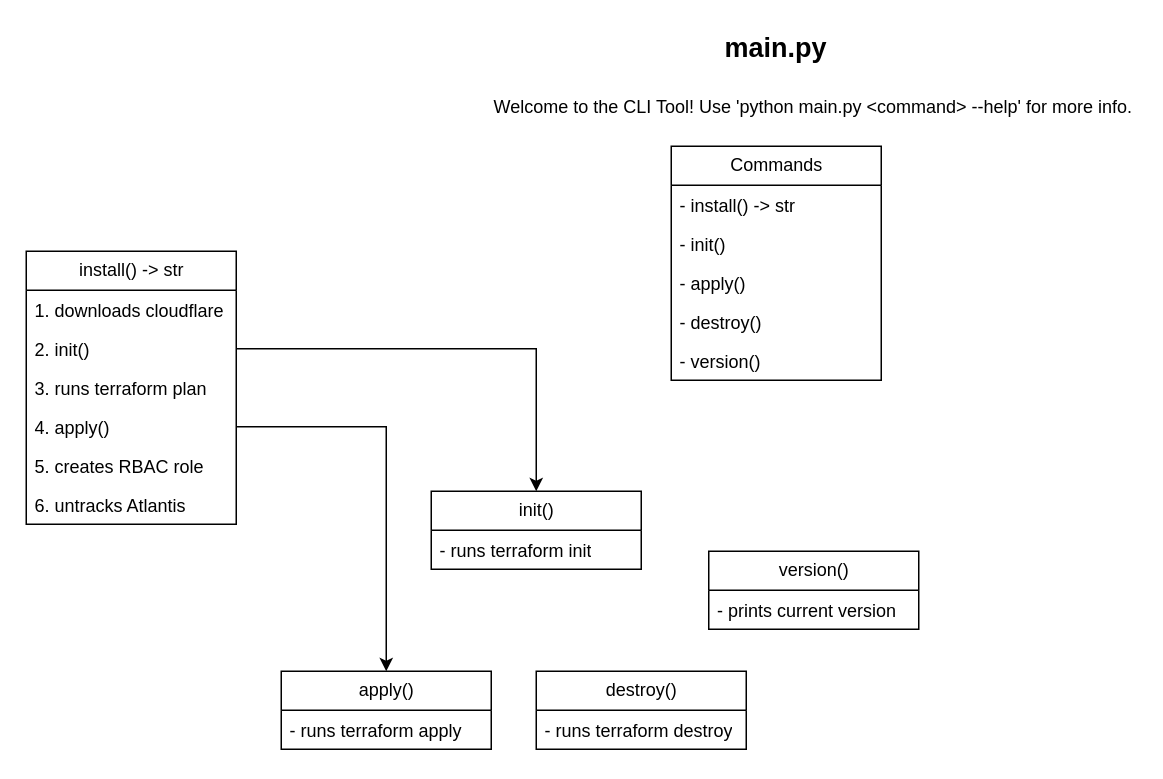
blackopslab/tf-atlantis-elk keeps this draw.io diagram as page "CLI Tool" (2 of 2) of assets/cluster.drawio. Above is the earlier version. Source tidied: cells renumbered, new cells numbered last; positions are measured from the earlier drawing's top-left corner, leaving out a move shared by most shapes. Both pictures are drawn from the tidied source at 150%, with x=0, y=0 at pixel (26, 26).
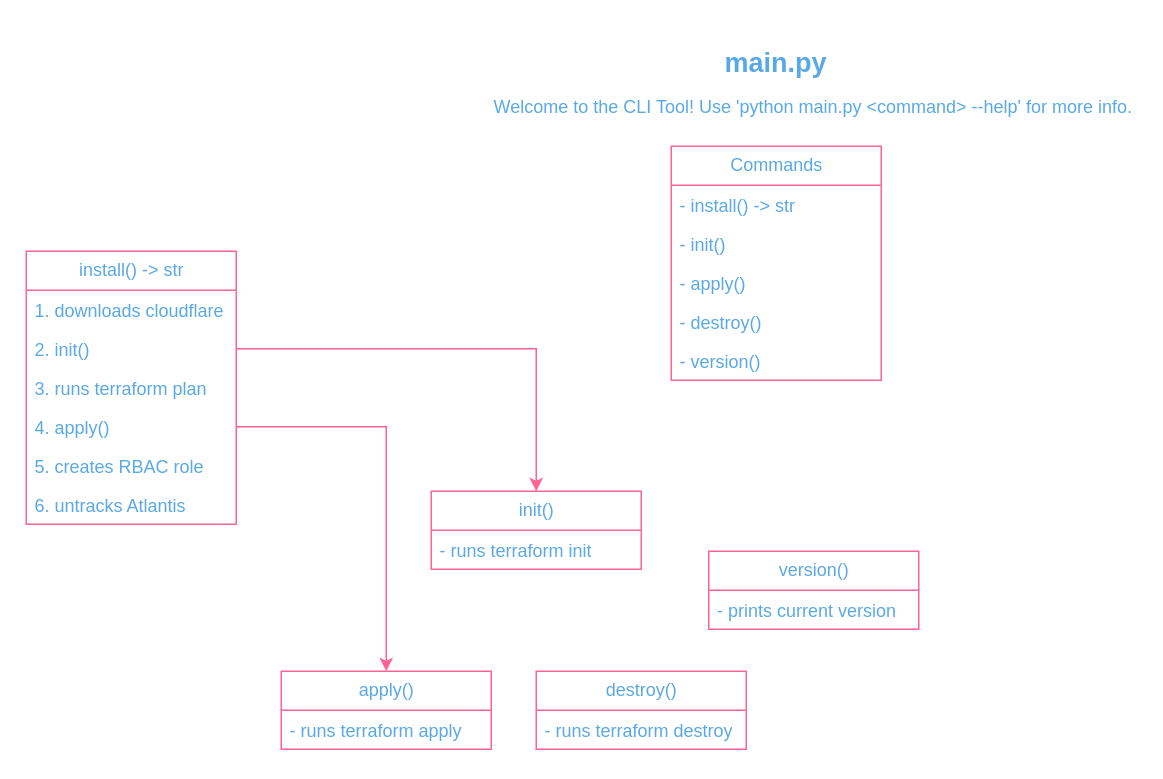
Above is the later version.

Change to the diagram source:
```diff
@@
-    <mxCell id="2" value="Welcome &lt;span class=&quot;hljs-keyword&quot;&gt;to&lt;/span&gt; the CLI Tool&lt;span class=&quot;hljs-operator&quot;&gt;!&amp;nbsp;&lt;/span&gt;Use &lt;span class=&quot;hljs-string&quot;&gt;'python main.py &amp;lt;command&amp;gt;&amp;nbsp;--help'&lt;/span&gt; &lt;span class=&quot;hljs-keyword&quot;&gt;for&lt;/span&gt; more info." style="text;whiteSpace=wrap;html=1;" parent="1" vertex="1">
+    <mxCell id="2" value="Welcome &lt;span class=&quot;hljs-keyword&quot;&gt;to&lt;/span&gt; the CLI Tool&lt;span class=&quot;hljs-operator&quot;&gt;!&amp;nbsp;&lt;/span&gt;Use &lt;span class=&quot;hljs-string&quot;&gt;'python main.py &amp;lt;command&amp;gt;&amp;nbsp;--help'&lt;/span&gt; &lt;span class=&quot;hljs-keyword&quot;&gt;for&lt;/span&gt; more info." style="text;whiteSpace=wrap;html=1;labelBackgroundColor=none;fontColor=#5AA9E6;" parent="1" vertex="1">
       <mxGeometry x="310" y="40" width="430" height="30" as="geometry" />
     </mxCell>
-    <mxCell id="3" style="group;" parent="1" vertex="1">
+    <mxCell id="3" style="group;labelBackgroundColor=none;fontColor=#5AA9E6;" parent="1" vertex="1">
       <mxGeometry x="430" y="80" width="140" height="156" as="geometry" />
     </mxCell>
-    <mxCell id="4" value="Commands" style="swimlane;fontStyle=0;horizontal=1;startSize=26;fillColor=none;html=1;" parent="3" vertex="1">
+    <mxCell id="4" value="Commands" style="swimlane;fontStyle=0;horizontal=1;startSize=26;fillColor=none;html=1;labelBackgroundColor=none;strokeColor=#FF6392;fontColor=#5AA9E6;" parent="3" vertex="1">
       <mxGeometry width="140" height="156" as="geometry" />
     </mxCell>
-    <mxCell id="5" value="- install() -&amp;gt; str" style="text;strokeColor=none;fillColor=none;align=left;verticalAlign=top;spacingLeft=4;spacingRight=4;overflow=hidden;whiteSpace=wrap;html=1;" parent="3" vertex="1">
+    <mxCell id="5" value="- install() -&amp;gt; str" style="text;strokeColor=none;fillColor=none;align=left;verticalAlign=top;spacingLeft=4;spacingRight=4;overflow=hidden;whiteSpace=wrap;html=1;labelBackgroundColor=none;fontColor=#5AA9E6;" parent="3" vertex="1">
       <mxGeometry y="26" width="140" height="26" as="geometry" />
     </mxCell>
-    <mxCell id="6" value="- init()" style="text;strokeColor=none;fillColor=none;align=left;verticalAlign=top;spacingLeft=4;spacingRight=4;overflow=hidden;whiteSpace=wrap;html=1;" parent="3" vertex="1">
+    <mxCell id="6" value="- init()" style="text;strokeColor=none;fillColor=none;align=left;verticalAlign=top;spacingLeft=4;spacingRight=4;overflow=hidden;whiteSpace=wrap;html=1;labelBackgroundColor=none;fontColor=#5AA9E6;" parent="3" vertex="1">
       <mxGeometry y="52" width="140" height="26" as="geometry" />
     </mxCell>
-    <mxCell id="7" value="- apply()" style="text;strokeColor=none;fillColor=none;align=left;verticalAlign=top;spacingLeft=4;spacingRight=4;overflow=hidden;whiteSpace=wrap;html=1;" parent="3" vertex="1">
+    <mxCell id="7" value="- apply()" style="text;strokeColor=none;fillColor=none;align=left;verticalAlign=top;spacingLeft=4;spacingRight=4;overflow=hidden;whiteSpace=wrap;html=1;labelBackgroundColor=none;fontColor=#5AA9E6;" parent="3" vertex="1">
       <mxGeometry y="78" width="140" height="26" as="geometry" />
     </mxCell>
-    <mxCell id="8" value="- destroy()" style="text;strokeColor=none;fillColor=none;align=left;verticalAlign=top;spacingLeft=4;spacingRight=4;overflow=hidden;whiteSpace=wrap;html=1;" parent="3" vertex="1">
+    <mxCell id="8" value="- destroy()" style="text;strokeColor=none;fillColor=none;align=left;verticalAlign=top;spacingLeft=4;spacingRight=4;overflow=hidden;whiteSpace=wrap;html=1;labelBackgroundColor=none;fontColor=#5AA9E6;" parent="3" vertex="1">
       <mxGeometry y="104" width="140" height="26" as="geometry" />
     </mxCell>
-    <mxCell id="9" value="- version()" style="text;strokeColor=none;fillColor=none;align=left;verticalAlign=top;spacingLeft=4;spacingRight=4;overflow=hidden;whiteSpace=wrap;html=1;" parent="3" vertex="1">
+    <mxCell id="9" value="- version()" style="text;strokeColor=none;fillColor=none;align=left;verticalAlign=top;spacingLeft=4;spacingRight=4;overflow=hidden;whiteSpace=wrap;html=1;labelBackgroundColor=none;fontColor=#5AA9E6;" parent="3" vertex="1">
       <mxGeometry y="130" width="140" height="26" as="geometry" />
     </mxCell>
-    <mxCell id="10" value="init()" style="swimlane;fontStyle=0;horizontal=1;startSize=26;fillColor=none;html=1;" parent="1" vertex="1">
+    <mxCell id="10" value="init()" style="swimlane;fontStyle=0;horizontal=1;startSize=26;fillColor=none;html=1;labelBackgroundColor=none;strokeColor=#FF6392;fontColor=#5AA9E6;" parent="1" vertex="1">
       <mxGeometry x="270" y="310" width="140" height="52" as="geometry" />
     </mxCell>
-    <mxCell id="11" value="- runs terraform init" style="text;strokeColor=none;fillColor=none;align=left;verticalAlign=top;spacingLeft=4;spacingRight=4;overflow=hidden;whiteSpace=wrap;html=1;" parent="10" vertex="1">
+    <mxCell id="11" value="- runs terraform init" style="text;strokeColor=none;fillColor=none;align=left;verticalAlign=top;spacingLeft=4;spacingRight=4;overflow=hidden;whiteSpace=wrap;html=1;labelBackgroundColor=none;fontColor=#5AA9E6;" parent="10" vertex="1">
       <mxGeometry y="26" width="140" height="26" as="geometry" />
     </mxCell>
-    <mxCell id="12" value="destroy()" style="swimlane;fontStyle=0;horizontal=1;startSize=26;fillColor=none;html=1;" parent="1" vertex="1">
+    <mxCell id="12" value="destroy()" style="swimlane;fontStyle=0;horizontal=1;startSize=26;fillColor=none;html=1;labelBackgroundColor=none;strokeColor=#FF6392;fontColor=#5AA9E6;" parent="1" vertex="1">
       <mxGeometry x="340" y="430" width="140" height="52" as="geometry" />
     </mxCell>
-    <mxCell id="13" value="- runs terraform destroy" style="text;strokeColor=none;fillColor=none;align=left;verticalAlign=top;spacingLeft=4;spacingRight=4;overflow=hidden;whiteSpace=wrap;html=1;" parent="12" vertex="1">
+    <mxCell id="13" value="- runs terraform destroy" style="text;strokeColor=none;fillColor=none;align=left;verticalAlign=top;spacingLeft=4;spacingRight=4;overflow=hidden;whiteSpace=wrap;html=1;labelBackgroundColor=none;fontColor=#5AA9E6;" parent="12" vertex="1">
       <mxGeometry y="26" width="140" height="26" as="geometry" />
     </mxCell>
-    <mxCell id="14" value="install() -&amp;gt; str" style="swimlane;fontStyle=0;horizontal=1;startSize=26;fillColor=none;html=1;" parent="1" vertex="1">
+    <mxCell id="14" value="install() -&amp;gt; str" style="swimlane;fontStyle=0;horizontal=1;startSize=26;fillColor=none;html=1;labelBackgroundColor=none;strokeColor=#FF6392;fontColor=#5AA9E6;" parent="1" vertex="1">
       <mxGeometry y="150" width="140" height="182" as="geometry" />
     </mxCell>
-    <mxCell id="15" value="1. downloads cloudflare" style="text;strokeColor=none;fillColor=none;align=left;verticalAlign=top;spacingLeft=4;spacingRight=4;overflow=hidden;whiteSpace=wrap;html=1;" parent="14" vertex="1">
+    <mxCell id="15" value="1. downloads cloudflare" style="text;strokeColor=none;fillColor=none;align=left;verticalAlign=top;spacingLeft=4;spacingRight=4;overflow=hidden;whiteSpace=wrap;html=1;labelBackgroundColor=none;fontColor=#5AA9E6;" parent="14" vertex="1">
       <mxGeometry y="26" width="140" height="26" as="geometry" />
     </mxCell>
-    <mxCell id="16" value="2. init()" style="text;strokeColor=none;fillColor=none;align=left;verticalAlign=top;spacingLeft=4;spacingRight=4;overflow=hidden;points=[[0,0.5],[1,0.5]];portConstraint=eastwest;whiteSpace=wrap;html=1;" parent="14" vertex="1">
+    <mxCell id="16" value="2. init()" style="text;strokeColor=none;fillColor=none;align=left;verticalAlign=top;spacingLeft=4;spacingRight=4;overflow=hidden;points=[[0,0.5],[1,0.5]];portConstraint=eastwest;whiteSpace=wrap;html=1;labelBackgroundColor=none;fontColor=#5AA9E6;" parent="14" vertex="1">
       <mxGeometry y="52" width="140" height="26" as="geometry" />
     </mxCell>
-    <mxCell id="17" value="3. runs terraform plan" style="text;strokeColor=none;fillColor=none;align=left;verticalAlign=top;spacingLeft=4;spacingRight=4;overflow=hidden;whiteSpace=wrap;html=1;" parent="14" vertex="1">
+    <mxCell id="17" value="3. runs terraform plan" style="text;strokeColor=none;fillColor=none;align=left;verticalAlign=top;spacingLeft=4;spacingRight=4;overflow=hidden;whiteSpace=wrap;html=1;labelBackgroundColor=none;fontColor=#5AA9E6;" parent="14" vertex="1">
       <mxGeometry y="78" width="140" height="26" as="geometry" />
     </mxCell>
-    <mxCell id="18" value="4. apply()" style="text;strokeColor=none;fillColor=none;align=left;verticalAlign=top;spacingLeft=4;spacingRight=4;overflow=hidden;points=[[0,0.5],[1,0.5]];portConstraint=eastwest;whiteSpace=wrap;html=1;" parent="14" vertex="1">
+    <mxCell id="18" value="4. apply()" style="text;strokeColor=none;fillColor=none;align=left;verticalAlign=top;spacingLeft=4;spacingRight=4;overflow=hidden;points=[[0,0.5],[1,0.5]];portConstraint=eastwest;whiteSpace=wrap;html=1;labelBackgroundColor=none;fontColor=#5AA9E6;" parent="14" vertex="1">
       <mxGeometry y="104" width="140" height="26" as="geometry" />
     </mxCell>
-    <mxCell id="19" value="5. creates RBAC role" style="text;strokeColor=none;fillColor=none;align=left;verticalAlign=top;spacingLeft=4;spacingRight=4;overflow=hidden;whiteSpace=wrap;html=1;" parent="14" vertex="1">
+    <mxCell id="19" value="5. creates RBAC role" style="text;strokeColor=none;fillColor=none;align=left;verticalAlign=top;spacingLeft=4;spacingRight=4;overflow=hidden;whiteSpace=wrap;html=1;labelBackgroundColor=none;fontColor=#5AA9E6;" parent="14" vertex="1">
       <mxGeometry y="130" width="140" height="26" as="geometry" />
     </mxCell>
-    <mxCell id="20" value="6. untracks Atlantis" style="text;strokeColor=none;fillColor=none;align=left;verticalAlign=top;spacingLeft=4;spacingRight=4;overflow=hidden;whiteSpace=wrap;html=1;" parent="14" vertex="1">
+    <mxCell id="20" value="6. untracks Atlantis" style="text;strokeColor=none;fillColor=none;align=left;verticalAlign=top;spacingLeft=4;spacingRight=4;overflow=hidden;whiteSpace=wrap;html=1;labelBackgroundColor=none;fontColor=#5AA9E6;" parent="14" vertex="1">
       <mxGeometry y="156" width="140" height="26" as="geometry" />
     </mxCell>
-    <mxCell id="21" value="apply()" style="swimlane;fontStyle=0;horizontal=1;startSize=26;fillColor=none;html=1;" parent="1" vertex="1">
+    <mxCell id="21" value="apply()" style="swimlane;fontStyle=0;horizontal=1;startSize=26;fillColor=none;html=1;labelBackgroundColor=none;strokeColor=#FF6392;fontColor=#5AA9E6;" parent="1" vertex="1">
       <mxGeometry x="170" y="430" width="140" height="52" as="geometry" />
     </mxCell>
-    <mxCell id="22" value="- runs terraform apply" style="text;strokeColor=none;fillColor=none;align=left;verticalAlign=top;spacingLeft=4;spacingRight=4;overflow=hidden;whiteSpace=wrap;html=1;" parent="21" vertex="1">
+    <mxCell id="22" value="- runs terraform apply" style="text;strokeColor=none;fillColor=none;align=left;verticalAlign=top;spacingLeft=4;spacingRight=4;overflow=hidden;whiteSpace=wrap;html=1;labelBackgroundColor=none;fontColor=#5AA9E6;" parent="21" vertex="1">
       <mxGeometry y="26" width="140" height="26" as="geometry" />
     </mxCell>
-    <mxCell id="23" value="&lt;font style=&quot;font-size: 18px;&quot;&gt;&lt;b&gt;main.py&lt;/b&gt;&lt;/font&gt;" style="text;strokeColor=none;align=center;fillColor=none;html=1;verticalAlign=middle;whiteSpace=wrap;rounded=0;" parent="1" vertex="1">
-      <mxGeometry x="470" width="60" height="30" as="geometry" />
+    <mxCell id="23" value="&lt;font style=&quot;font-size: 18px;&quot;&gt;&lt;b&gt;main.py&lt;/b&gt;&lt;/font&gt;" style="text;strokeColor=none;align=center;fillColor=none;html=1;verticalAlign=middle;whiteSpace=wrap;rounded=0;labelBackgroundColor=none;fontColor=#5AA9E6;" parent="1" vertex="1">
+      <mxGeometry x="470" y="10" width="60" height="30" as="geometry" />
     </mxCell>
-    <mxCell id="24" value="version()" style="swimlane;fontStyle=0;horizontal=1;startSize=26;fillColor=none;html=1;" parent="1" vertex="1">
+    <mxCell id="24" value="version()" style="swimlane;fontStyle=0;horizontal=1;startSize=26;fillColor=none;html=1;labelBackgroundColor=none;strokeColor=#FF6392;fontColor=#5AA9E6;" parent="1" vertex="1">
       <mxGeometry x="455" y="350" width="140" height="52" as="geometry" />
     </mxCell>
-    <mxCell id="25" value="- prints current version" style="text;strokeColor=none;fillColor=none;align=left;verticalAlign=top;spacingLeft=4;spacingRight=4;overflow=hidden;whiteSpace=wrap;html=1;" parent="24" vertex="1">
+    <mxCell id="25" value="- prints current version" style="text;strokeColor=none;fillColor=none;align=left;verticalAlign=top;spacingLeft=4;spacingRight=4;overflow=hidden;whiteSpace=wrap;html=1;labelBackgroundColor=none;fontColor=#5AA9E6;" parent="24" vertex="1">
       <mxGeometry y="26" width="140" height="26" as="geometry" />
     </mxCell>
-    <mxCell id="26" style="edgeStyle=orthogonalEdgeStyle;rounded=0;jettySize=auto;html=1;exitX=1;exitY=0.5;exitDx=0;exitDy=0;entryX=0.5;entryY=0;entryDx=0;entryDy=0;" parent="1" edge="1" source="16" target="10">
+    <mxCell id="26" style="edgeStyle=orthogonalEdgeStyle;rounded=0;jettySize=auto;html=1;exitX=1;exitY=0.5;exitDx=0;exitDy=0;entryX=0.5;entryY=0;entryDx=0;entryDy=0;labelBackgroundColor=none;strokeColor=#FF6392;fontColor=default;" parent="1" edge="1" source="16" target="10">
       <mxGeometry relative="1" as="geometry" />
     </mxCell>
-    <mxCell id="27" style="edgeStyle=orthogonalEdgeStyle;rounded=0;jettySize=auto;html=1;exitX=1;exitY=0.5;exitDx=0;exitDy=0;entryX=0.5;entryY=0;entryDx=0;entryDy=0;" parent="1" edge="1" source="18" target="21">
+    <mxCell id="27" style="edgeStyle=orthogonalEdgeStyle;rounded=0;jettySize=auto;html=1;exitX=1;exitY=0.5;exitDx=0;exitDy=0;entryX=0.5;entryY=0;entryDx=0;entryDy=0;labelBackgroundColor=none;strokeColor=#FF6392;fontColor=default;" parent="1" edge="1" source="18" target="21">
       <mxGeometry relative="1" as="geometry" />
     </mxCell>
```
